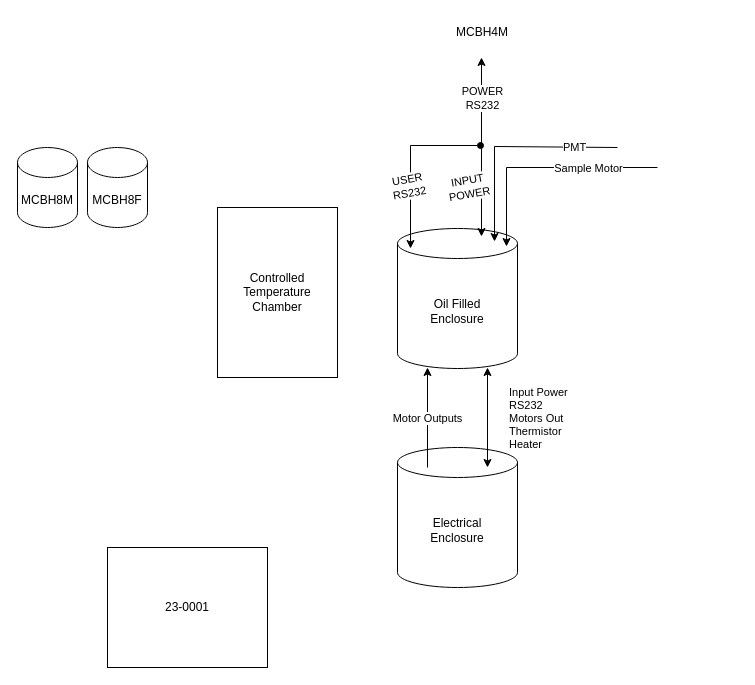
Above: hardware/electrical/SOLARIS_Diagram.drawio in williamapardis/SOLARIS (draw.io), before the change. Source tidied: cells renumbered, new cells numbered last; positions are measured from the earlier drawing's top-left corner, leaving out a move shared by most shapes. Both pictures are drawn from the tidied source at 100%, with x=0, y=0 at pixel (17, 17).
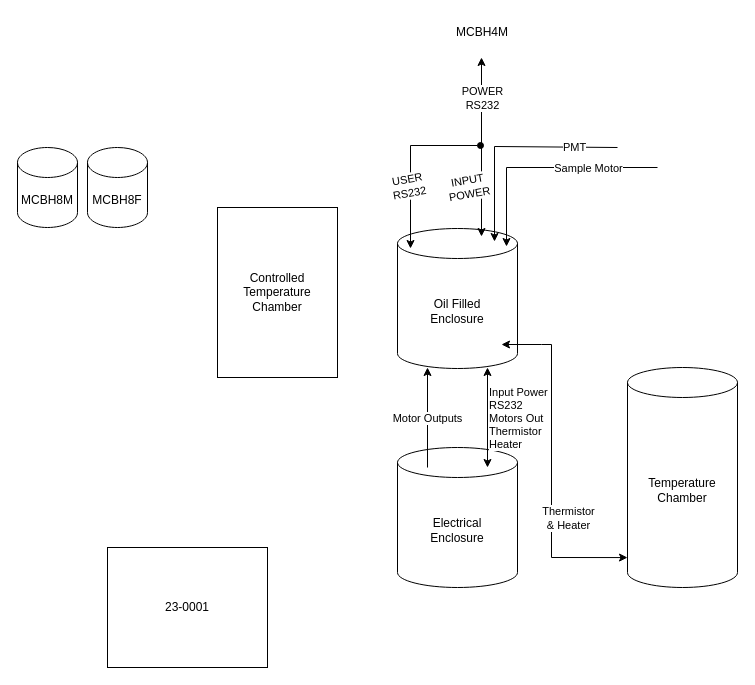
The same diagram, later.

The change refers to these unchanged cells:
```xml
<mxCell id="10" style="edgeStyle=orthogonalEdgeStyle;rounded=0;orthogonalLoop=1;jettySize=auto;html=1;exitX=0.25;exitY=0.143;exitDx=0;exitDy=0;exitPerimeter=0;startArrow=classic;startFill=1;" parent="1" edge="1">
  <mxGeometry relative="1" as="geometry">
    <mxPoint x="470" y="450" as="sourcePoint" />
    <mxPoint x="470" y="350" as="targetPoint" />
  </mxGeometry>
</mxCell>
```

Change to the diagram source:
```diff
@@
     <mxCell id="11" value="Input Power&lt;br&gt;RS232&lt;br&gt;Motors Out&lt;br&gt;Thermistor&lt;br&gt;Heater" style="edgeLabel;html=1;align=left;verticalAlign=middle;" parent="10" vertex="1">
       <mxGeometry x="-0.25" y="1" relative="1" as="geometry">
-        <mxPoint x="21" y="-12" as="offset" />
+        <mxPoint x="1" y="-12" as="offset" />
       </mxGeometry>
     </mxCell>
@@
+    <mxCell id="22" value="Temperature&lt;br&gt;Chamber" style="shape=cylinder3;whiteSpace=wrap;html=1;boundedLbl=1;backgroundOutline=1;size=15;" parent="1" vertex="1">
+      <mxGeometry x="610" y="350" width="110" height="220" as="geometry" />
+    </mxCell>
+    <mxCell id="23" style="endArrow=classic;startArrow=classic;html=1;rounded=0;entryX=0;entryY=0.864;entryDx=0;entryDy=0;entryPerimeter=0;" parent="1" edge="1" target="22">
+      <mxGeometry relative="1" as="geometry">
+        <mxPoint x="484" y="327" as="sourcePoint" />
+        <Array as="points">
+          <mxPoint x="524" y="327" />
+          <mxPoint x="534" y="327" />
+          <mxPoint x="534" y="540" />
+        </Array>
+      </mxGeometry>
+    </mxCell>
+    <mxCell id="24" value="Thermistor&lt;br&gt;&amp;amp; Heater" style="edgeLabel;html=1;align=center;verticalAlign=middle;" parent="23" vertex="1">
+      <mxGeometry x="0.29" y="2" relative="1" as="geometry">
+        <mxPoint x="14" y="4" as="offset" />
+      </mxGeometry>
+    </mxCell>
```
